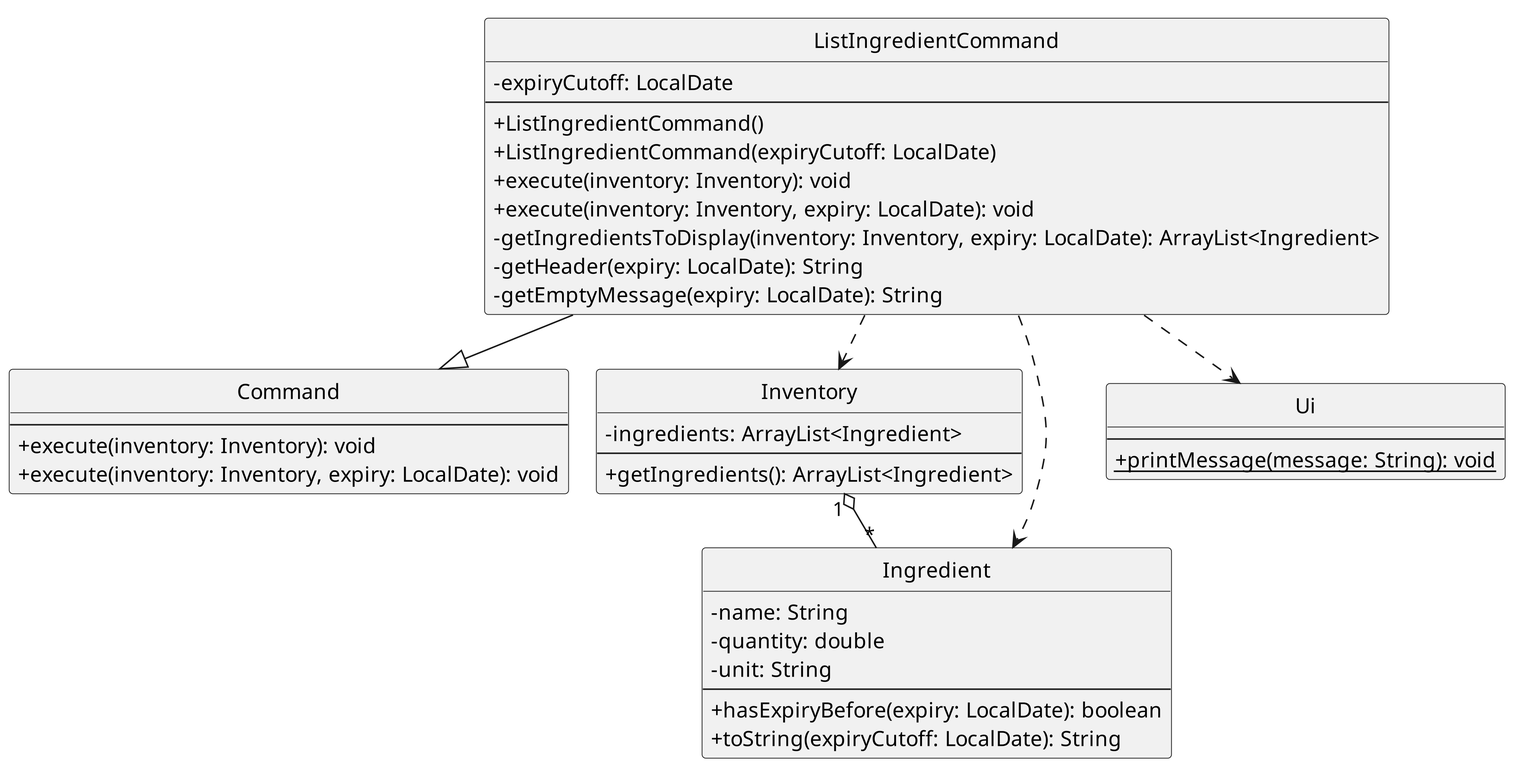
Before: docs/team/ListIngredientsCD.png, a diagram exported from PlantUML (aidan17715/tp). Source of this version:
```plantuml
@startuml
!pragma layout smetana
scale 4
hide circle
skinparam classAttributeIconSize 0

class Command {
    --
    + execute(inventory: Inventory): void
    + execute(inventory: Inventory, expiry: LocalDate): void
}

class ListIngredientCommand {
    - expiryCutoff: LocalDate
    --
    + ListIngredientCommand()
    + ListIngredientCommand(expiryCutoff: LocalDate)
    + execute(inventory: Inventory): void
    + execute(inventory: Inventory, expiry: LocalDate): void
    - getIngredientsToDisplay(inventory: Inventory, expiry: LocalDate): ArrayList<Ingredient>
    - getHeader(expiry: LocalDate): String
    - getEmptyMessage(expiry: LocalDate): String
}

class Inventory {
    - ingredients: ArrayList<Ingredient>
    --
    + getIngredients(): ArrayList<Ingredient>
}

class Ingredient {
    - name: String
    - quantity: double
    - unit: String
    --
    + hasExpiryBefore(expiry: LocalDate): boolean
    + toString(expiryCutoff: LocalDate): String
}

class Ui {
    --
    {static} + printMessage(message: String): void
}

ListIngredientCommand --|> Command

ListIngredientCommand ..> Inventory
ListIngredientCommand ..> Ingredient
ListIngredientCommand ..> Ui

Inventory "1" o-- "*" Ingredient

@enduml
```
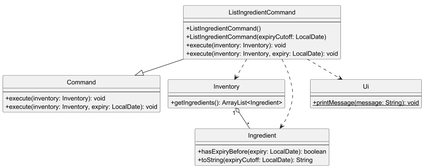
The same file after the commit.

What changed in the source:
```diff
@@ -11,27 +11,19 @@
 }
 
 class ListIngredientCommand {
-    - expiryCutoff: LocalDate
     --
     + ListIngredientCommand()
     + ListIngredientCommand(expiryCutoff: LocalDate)
     + execute(inventory: Inventory): void
     + execute(inventory: Inventory, expiry: LocalDate): void
-    - getIngredientsToDisplay(inventory: Inventory, expiry: LocalDate): ArrayList<Ingredient>
-    - getHeader(expiry: LocalDate): String
-    - getEmptyMessage(expiry: LocalDate): String
 }
 
 class Inventory {
-    - ingredients: ArrayList<Ingredient>
     --
     + getIngredients(): ArrayList<Ingredient>
 }
 
 class Ingredient {
-    - name: String
-    - quantity: double
-    - unit: String
     --
     + hasExpiryBefore(expiry: LocalDate): boolean
     + toString(expiryCutoff: LocalDate): String
```
